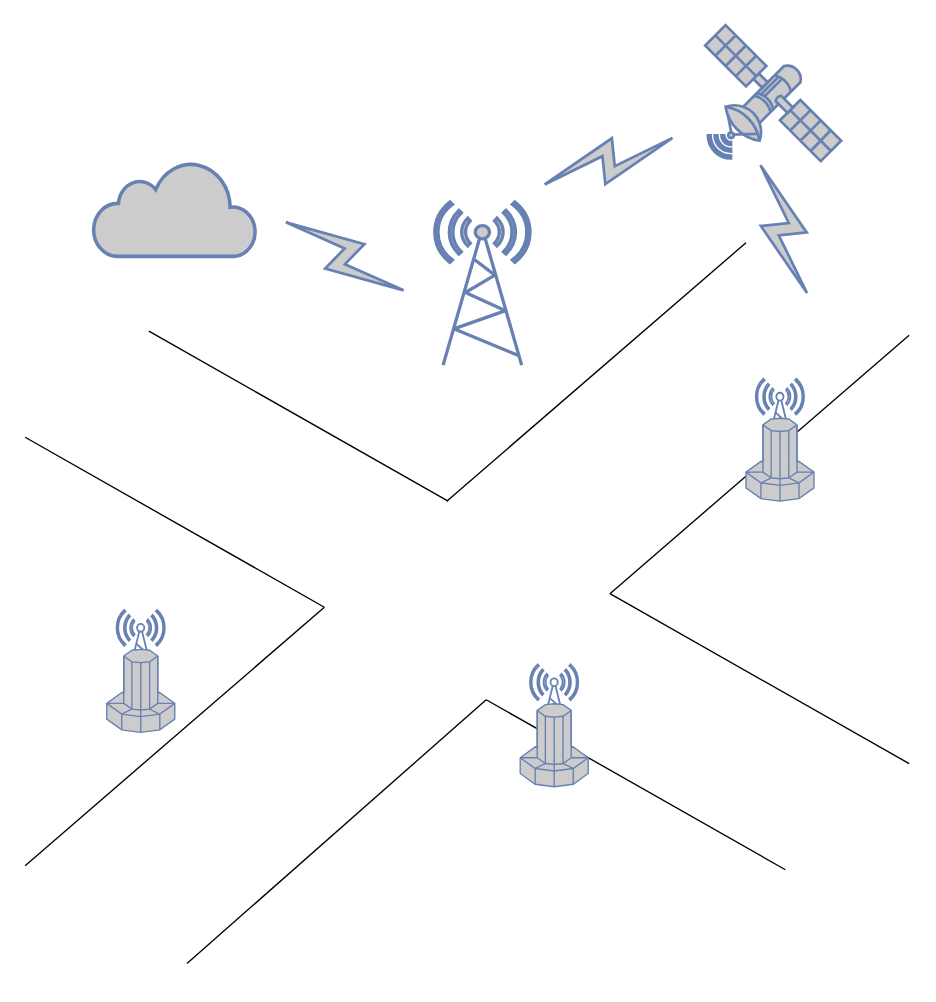
Before: cluster/vanet-sys.drawio in trevorHsu/draftChart, a draw.io diagram. Source tidied: cells renumbered, new cells numbered last; positions are measured from the earlier drawing's top-left corner, leaving out a move shared by most shapes. Both pictures are drawn from the tidied source at 136%, with x=0, y=0 at pixel (24, 24).
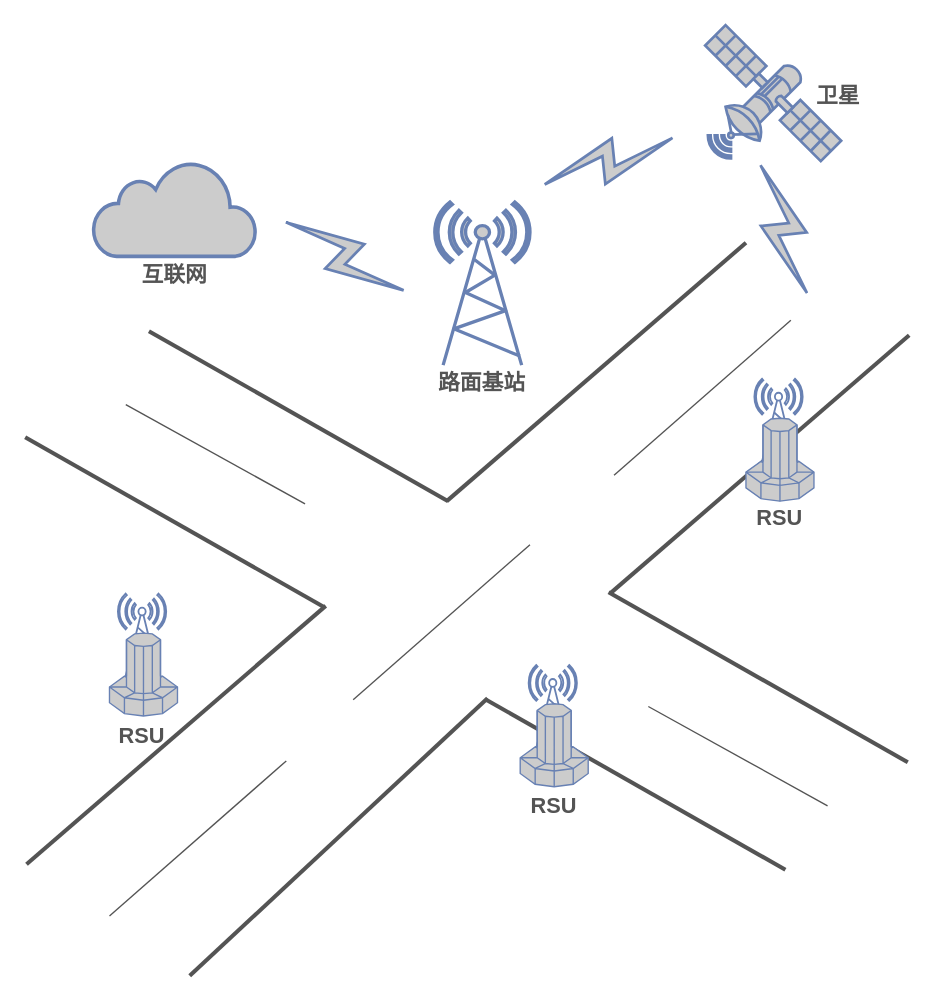
The same page after the edit.

The edit, as a diff of the source:
```diff
@@
-    <mxCell id="2" style="endArrow=none;html=1;rounded=0;" parent="1" edge="1">
+    <mxCell id="2" style="endArrow=none;html=1;rounded=0;strokeWidth=3;strokeColor=#545454;" parent="1" edge="1">
       <mxGeometry relative="1" as="geometry">
         <mxPoint x="559" y="621" as="sourcePoint" />
         <mxPoint x="339" y="496" as="targetPoint" />
       </mxGeometry>
     </mxCell>
@@
     <mxCell id="6" style="fontColor=#0066CC;verticalAlign=top;verticalLabelPosition=bottom;labelPosition=center;align=center;html=1;fillColor=default;strokeColor=#6881B3;gradientColor=none;gradientDirection=north;strokeWidth=2;shape=mxgraph.networks.radio_tower;fillStyle=auto;" parent="1" vertex="1">
-      <mxGeometry x="371.2" y="470" width="35.5" height="71" as="geometry" />
+      <mxGeometry x="370.2" y="470.5" width="35.5" height="71" as="geometry" />
     </mxCell>
@@
-    <mxCell id="8" style="endArrow=none;html=1;rounded=0;" parent="1" edge="1">
+    <mxCell id="8" style="endArrow=none;html=1;rounded=0;strokeWidth=3;strokeColor=#545454;" parent="1" edge="1">
       <mxGeometry relative="1" as="geometry">
         <mxPoint x="310" y="350" as="sourcePoint" />
         <mxPoint x="530" y="160" as="targetPoint" />
       </mxGeometry>
     </mxCell>
-    <mxCell id="9" style="endArrow=none;html=1;rounded=0;" parent="1" edge="1">
+    <mxCell id="9" style="endArrow=none;html=1;rounded=0;strokeWidth=3;strokeColor=#545454;" parent="1" edge="1">
       <mxGeometry relative="1" as="geometry">
         <mxPoint x="311" y="350" as="sourcePoint" />
         <mxPoint x="91" y="225" as="targetPoint" />
       </mxGeometry>
     </mxCell>
-    <mxCell id="10" style="endArrow=none;html=1;rounded=0;" parent="1" edge="1">
+    <mxCell id="10" style="endArrow=none;html=1;rounded=0;strokeWidth=3;strokeColor=#545454;" parent="1" edge="1">
       <mxGeometry relative="1" as="geometry">
         <mxPoint x="220" y="428" as="sourcePoint" />
         <mxPoint y="303" as="targetPoint" />
       </mxGeometry>
     </mxCell>
-    <mxCell id="11" style="endArrow=none;html=1;rounded=0;" parent="1" edge="1">
+    <mxCell id="11" style="endArrow=none;html=1;rounded=0;strokeWidth=3;strokeColor=#545454;" parent="1" edge="1">
       <mxGeometry relative="1" as="geometry">
-        <mxPoint y="618" as="sourcePoint" />
-        <mxPoint x="220" y="428" as="targetPoint" />
+        <mxPoint x="1" y="617" as="sourcePoint" />
+        <mxPoint x="221" y="427" as="targetPoint" />
       </mxGeometry>
     </mxCell>
-    <mxCell id="12" style="endArrow=none;html=1;rounded=0;" parent="1" edge="1">
+    <mxCell id="12" style="endArrow=none;html=1;rounded=0;strokeWidth=3;strokeColor=#545454;" parent="1" edge="1">
       <mxGeometry relative="1" as="geometry">
         <mxPoint x="430" y="418" as="sourcePoint" />
         <mxPoint x="650" y="228" as="targetPoint" />
       </mxGeometry>
     </mxCell>
-    <mxCell id="13" style="endArrow=none;html=1;rounded=0;" parent="1" edge="1">
+    <mxCell id="13" style="endArrow=none;html=1;rounded=0;strokeWidth=3;strokeColor=#545454;" parent="1" edge="1">
       <mxGeometry relative="1" as="geometry">
-        <mxPoint x="650" y="543" as="sourcePoint" />
-        <mxPoint x="430" y="418" as="targetPoint" />
+        <mxPoint x="649" y="542" as="sourcePoint" />
+        <mxPoint x="429" y="417" as="targetPoint" />
       </mxGeometry>
     </mxCell>
-    <mxCell id="14" style="endArrow=none;html=1;rounded=0;" parent="1" edge="1">
+    <mxCell id="14" style="endArrow=none;html=1;rounded=0;strokeWidth=3;strokeColor=#545454;" parent="1" edge="1">
       <mxGeometry relative="1" as="geometry">
-        <mxPoint x="119" y="690" as="sourcePoint" />
-        <mxPoint x="339" y="496" as="targetPoint" />
+        <mxPoint x="121" y="699" as="sourcePoint" />
+        <mxPoint x="340" y="495" as="targetPoint" />
       </mxGeometry>
     </mxCell>
     <mxCell id="15" style="fontColor=#0066CC;verticalAlign=top;verticalLabelPosition=bottom;labelPosition=center;align=center;html=1;fillColor=default;strokeColor=#6881B3;gradientColor=none;gradientDirection=north;strokeWidth=2;shape=mxgraph.networks.radio_tower;fillStyle=auto;" parent="1" vertex="1">
-      <mxGeometry x="67.2" y="430" width="35.5" height="71" as="geometry" />
+      <mxGeometry x="68.2" y="418" width="35.5" height="71" as="geometry" />
     </mxCell>
     <mxCell id="16" style="fontColor=#0066CC;verticalAlign=top;verticalLabelPosition=bottom;labelPosition=center;align=center;html=1;fillColor=#CCCCCC;strokeColor=#6881B3;gradientColor=none;gradientDirection=north;strokeWidth=2;shape=mxgraph.networks.supercomputer;fillStyle=auto;" parent="1" vertex="1">
-      <mxGeometry x="60" y="459" width="50" height="61" as="geometry" />
+      <mxGeometry x="62" y="447" width="50" height="61" as="geometry" />
     </mxCell>
     <mxCell id="17" style="fontColor=#0066CC;verticalAlign=top;verticalLabelPosition=bottom;labelPosition=center;align=center;html=1;fillColor=default;strokeColor=#6881B3;gradientColor=none;gradientDirection=north;strokeWidth=2;shape=mxgraph.networks.radio_tower;fillStyle=auto;" parent="1" vertex="1">
-      <mxGeometry x="537.2" y="260" width="35.5" height="71" as="geometry" />
+      <mxGeometry x="536.2" y="260" width="35.5" height="71" as="geometry" />
     </mxCell>
@@
+    <mxCell id="22" value="互联网" style="text;strokeColor=none;align=center;fillColor=none;html=1;verticalAlign=middle;whiteSpace=wrap;rounded=0;fontStyle=1;fontSize=16;fontColor=#545454;" parent="1" vertex="1">
+      <mxGeometry x="75" y="163" width="70" height="40" as="geometry" />
+    </mxCell>
+    <mxCell id="23" value="路面基站" style="text;strokeColor=none;align=center;fillColor=none;html=1;verticalAlign=middle;whiteSpace=wrap;rounded=0;fontStyle=1;fontSize=16;fontColor=#545454;" parent="1" vertex="1">
+      <mxGeometry x="301.2" y="243" width="70" height="40" as="geometry" />
+    </mxCell>
+    <mxCell id="24" value="卫星" style="text;strokeColor=none;align=center;fillColor=none;html=1;verticalAlign=middle;whiteSpace=wrap;rounded=0;fontStyle=1;fontSize=16;fontColor=#545454;" parent="1" vertex="1">
+      <mxGeometry x="563" y="32" width="70" height="40" as="geometry" />
+    </mxCell>
+    <mxCell id="25" value="RSU" style="text;strokeColor=none;align=center;fillColor=none;html=1;verticalAlign=middle;whiteSpace=wrap;rounded=0;fontStyle=1;fontSize=16;fontColor=#545454;" parent="1" vertex="1">
+      <mxGeometry x="520" y="342" width="70" height="40" as="geometry" />
+    </mxCell>
+    <mxCell id="26" value="RSU" style="text;strokeColor=none;align=center;fillColor=none;html=1;verticalAlign=middle;whiteSpace=wrap;rounded=0;fontStyle=1;fontSize=16;fontColor=#545454;" parent="1" vertex="1">
+      <mxGeometry x="51" y="501.5" width="70" height="40" as="geometry" />
+    </mxCell>
+    <mxCell id="27" value="RSU" style="text;strokeColor=none;align=center;fillColor=none;html=1;verticalAlign=middle;whiteSpace=wrap;rounded=0;fontStyle=1;fontSize=16;fontColor=#545454;" parent="1" vertex="1">
+      <mxGeometry x="354" y="553.5" width="70" height="40" as="geometry" />
+    </mxCell>
+    <mxCell id="28" style="endArrow=none;html=1;rounded=0;strokeColor=#545454;" parent="1" edge="1">
+      <mxGeometry relative="1" as="geometry">
+        <mxPoint x="62" y="655" as="sourcePoint" />
+        <mxPoint x="192" y="541" as="targetPoint" />
+      </mxGeometry>
+    </mxCell>
+    <mxCell id="29" style="endArrow=none;html=1;rounded=0;strokeColor=#545454;" parent="1" edge="1">
+      <mxGeometry relative="1" as="geometry">
+        <mxPoint x="241.2" y="496" as="sourcePoint" />
+        <mxPoint x="371.2" y="382" as="targetPoint" />
+      </mxGeometry>
+    </mxCell>
+    <mxCell id="30" style="endArrow=none;html=1;rounded=0;strokeColor=#545454;" parent="1" edge="1">
+      <mxGeometry relative="1" as="geometry">
+        <mxPoint x="433" y="331" as="sourcePoint" />
+        <mxPoint x="563" y="217" as="targetPoint" />
+      </mxGeometry>
+    </mxCell>
+    <mxCell id="31" style="endArrow=none;html=1;rounded=0;strokeColor=#545454;" parent="1" edge="1">
+      <mxGeometry relative="1" as="geometry">
+        <mxPoint x="205.8" y="352" as="sourcePoint" />
+        <mxPoint x="74" y="279" as="targetPoint" />
+      </mxGeometry>
+    </mxCell>
+    <mxCell id="32" style="endArrow=none;html=1;rounded=0;strokeColor=#545454;" parent="1" edge="1">
+      <mxGeometry relative="1" as="geometry">
+        <mxPoint x="590" y="574" as="sourcePoint" />
+        <mxPoint x="458.2" y="501" as="targetPoint" />
+      </mxGeometry>
+    </mxCell>
```
